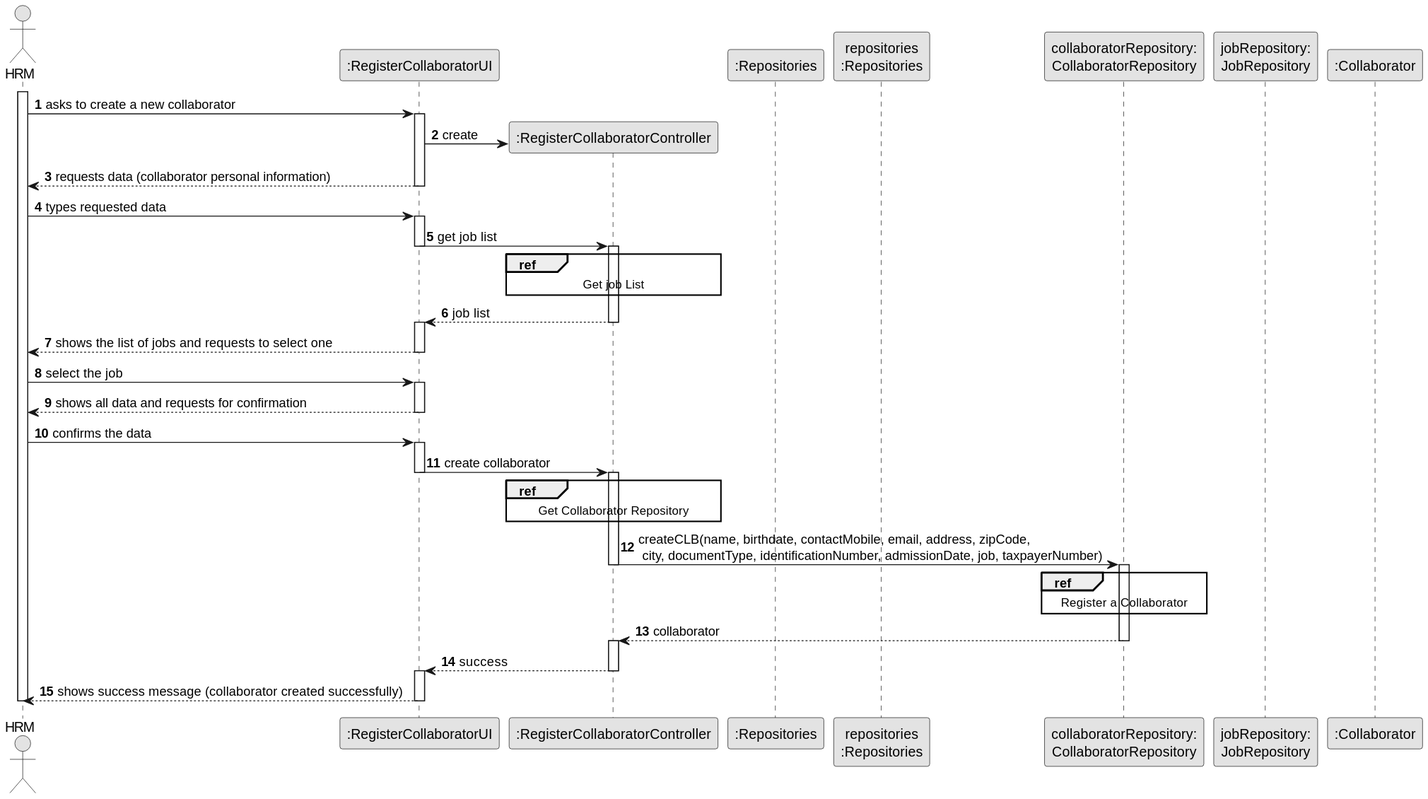
Earlier version of the PlantUML export docs/sprintB/us003/03.design/svg/us003-sequence-diagram-split.svg (ricardomm7/leaflink).
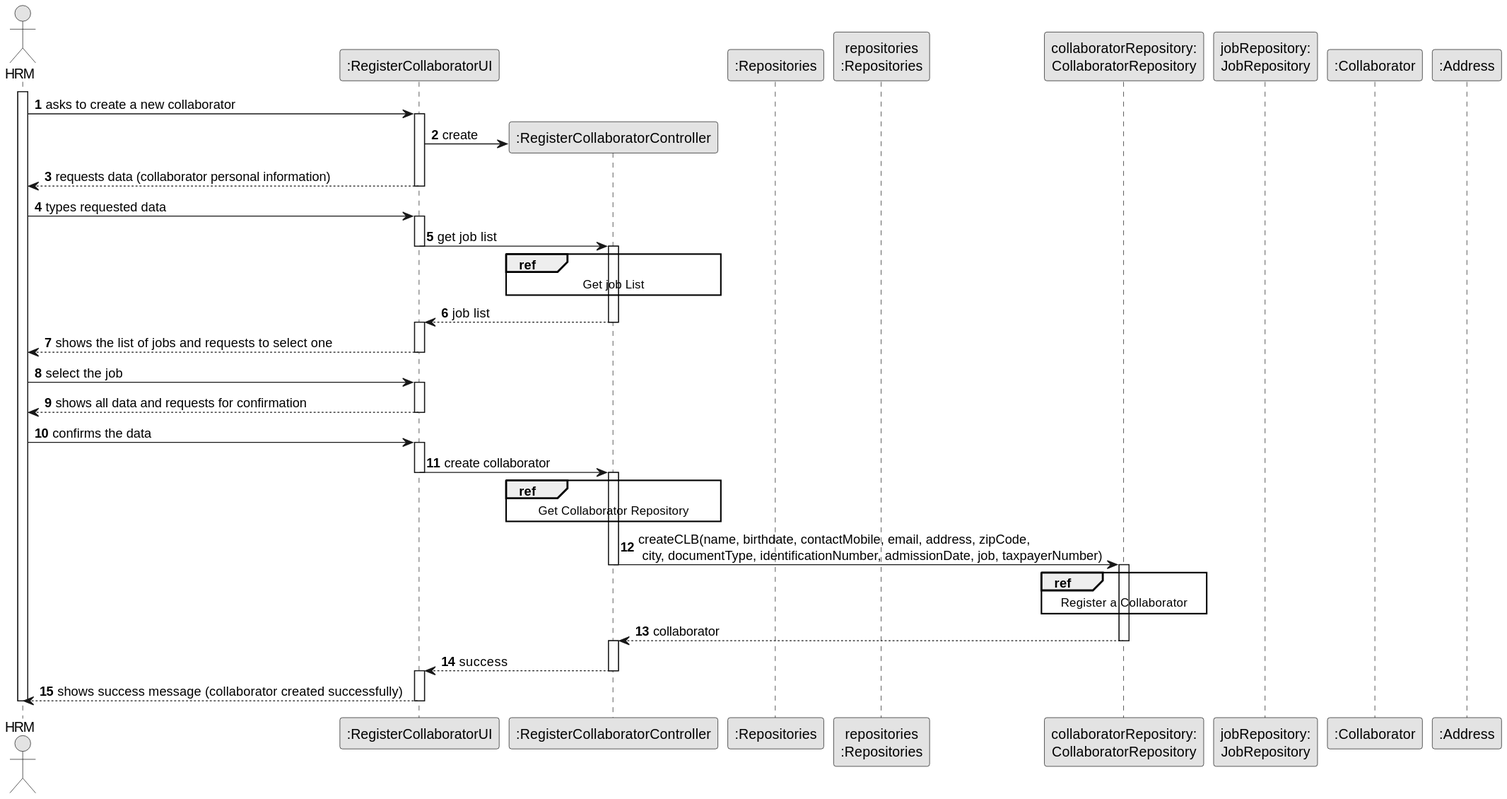
The same diagram one commit later.

Diff of the diagram source:
```diff
@@ -13,6 +13,7 @@
 participant "collaboratorRepository:\nCollaboratorRepository" as CLBREP
 participant "jobRepository:\nJobRepository" as jobRepository
 participant ":Collaborator" as CLB
+participant ":Address" as Address
 
 
 activate HRM
```
